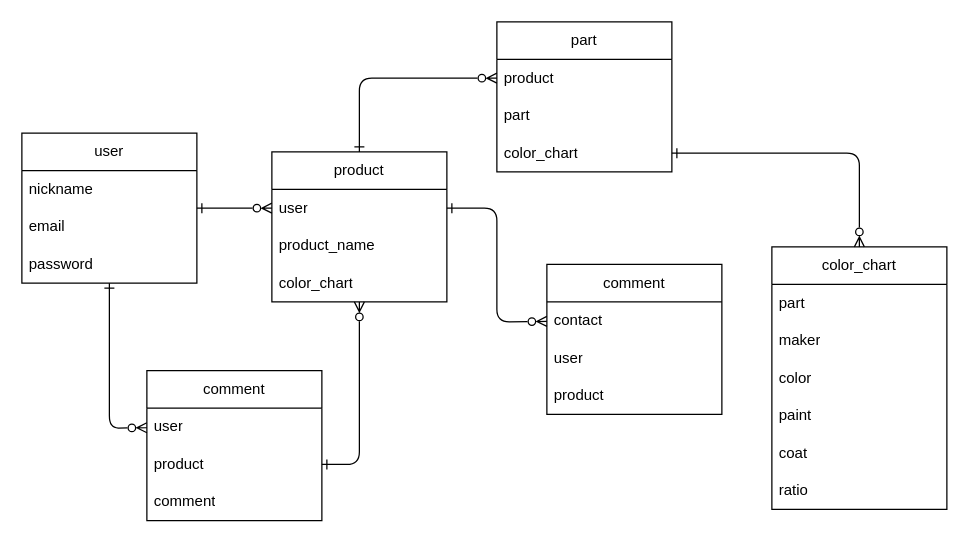
Above: color_chart_ER.dio in Yuya7124/color_chart_connect (draw.io), before the change. Source tidied: cells renumbered, new cells numbered last; positions are measured from the earlier drawing's top-left corner, leaving out a move shared by most shapes. Both pictures are drawn from the tidied source at 125%, with x=0, y=0 at pixel (21, 21).
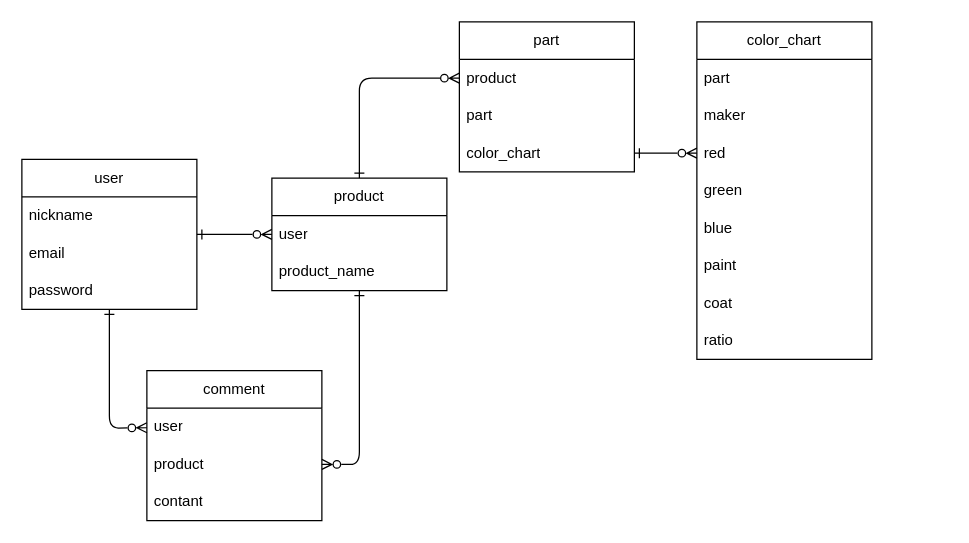
The same page after the edit.

Unchanged cells that the change refers to:
```xml
<mxCell id="9" value="user" style="text;strokeColor=none;fillColor=none;align=left;verticalAlign=middle;spacingLeft=4;spacingRight=4;overflow=hidden;points=[[0,0.5],[1,0.5]];portConstraint=eastwest;whiteSpace=wrap;html=1;" parent="8" vertex="1">
  <mxGeometry y="30" width="140" height="30" as="geometry" />
</mxCell>
<mxCell id="15" value="&lt;span style=&quot;text-align: center;&quot;&gt;color_chart&lt;/span&gt;" style="text;strokeColor=none;fillColor=none;align=left;verticalAlign=middle;spacingLeft=4;spacingRight=4;overflow=hidden;points=[[0,0.5],[1,0.5]];portConstraint=eastwest;whiteSpace=wrap;html=1;" parent="12" vertex="1">
  <mxGeometry y="90" width="140" height="30" as="geometry" />
</mxCell>
<mxCell id="16" value="comment" style="swimlane;fontStyle=0;horizontal=1;startSize=30;whiteSpace=wrap;html=1;" parent="1" vertex="1">
  <mxGeometry x="100" y="279" width="140" height="120" as="geometry" />
</mxCell>
<mxCell id="18" value="product" style="text;strokeColor=none;fillColor=none;align=left;verticalAlign=middle;spacingLeft=4;spacingRight=4;overflow=hidden;points=[[0,0.5],[1,0.5]];portConstraint=eastwest;whiteSpace=wrap;html=1;" parent="16" vertex="1">
  <mxGeometry y="60" width="140" height="30" as="geometry" />
</mxCell>
```

Diff of the diagram source:
```diff
@@
     <mxCell id="3" value="user" style="swimlane;fontStyle=0;horizontal=1;startSize=30;whiteSpace=wrap;html=1;" parent="1" vertex="1">
-      <mxGeometry y="89" width="140" height="120" as="geometry" />
+      <mxGeometry y="110" width="140" height="120" as="geometry" />
     </mxCell>
@@
     <mxCell id="8" value="product" style="swimlane;fontStyle=0;horizontal=1;startSize=30;whiteSpace=wrap;html=1;" parent="1" vertex="1">
-      <mxGeometry x="200" y="104" width="140" height="120" as="geometry" />
+      <mxGeometry x="200" y="125" width="140" height="90" as="geometry" />
     </mxCell>
@@
-    <mxCell id="11" value="color_chart" style="text;strokeColor=none;fillColor=none;align=left;verticalAlign=middle;spacingLeft=4;spacingRight=4;overflow=hidden;whiteSpace=wrap;html=1;" parent="8" vertex="1">
-      <mxGeometry y="90" width="140" height="30" as="geometry" />
-    </mxCell>
     <mxCell id="12" value="part" style="swimlane;fontStyle=0;horizontal=1;startSize=30;whiteSpace=wrap;html=1;" parent="1" vertex="1">
-      <mxGeometry x="380" width="140" height="120" as="geometry" />
+      <mxGeometry x="350" width="140" height="120" as="geometry" />
     </mxCell>
@@
-    <mxCell id="19" value="comment" style="text;strokeColor=none;fillColor=none;align=left;verticalAlign=middle;spacingLeft=4;spacingRight=4;overflow=hidden;whiteSpace=wrap;html=1;" parent="16" vertex="1">
+    <mxCell id="19" value="contant" style="text;strokeColor=none;fillColor=none;align=left;verticalAlign=middle;spacingLeft=4;spacingRight=4;overflow=hidden;whiteSpace=wrap;html=1;" parent="16" vertex="1">
       <mxGeometry y="90" width="140" height="30" as="geometry" />
     </mxCell>
@@
-    <mxCell id="21" style="edgeStyle=none;html=1;startArrow=ERone;startFill=0;endArrow=ERzeroToMany;endFill=0;" parent="1" edge="1" source="18" target="8">
+    <mxCell id="21" style="edgeStyle=none;html=1;startArrow=ERone;startFill=0;endArrow=ERzeroToMany;endFill=0;" parent="1" edge="1" source="8" target="18">
       <mxGeometry relative="1" as="geometry">
         <Array as="points">
           <mxPoint x="270" y="354" />
         </Array>
       </mxGeometry>
     </mxCell>
     <mxCell id="22" value="color_chart" style="swimlane;fontStyle=0;horizontal=1;startSize=30;whiteSpace=wrap;html=1;" parent="1" vertex="1">
-      <mxGeometry x="600" y="180" width="140" height="210" as="geometry" />
+      <mxGeometry x="540" width="140" height="270" as="geometry" />
     </mxCell>
@@
-    <mxCell id="25" value="color" style="text;strokeColor=none;fillColor=none;align=left;verticalAlign=middle;spacingLeft=4;spacingRight=4;overflow=hidden;points=[[0,0.5],[1,0.5]];portConstraint=eastwest;whiteSpace=wrap;html=1;" parent="22" vertex="1">
+    <mxCell id="25" value="red" style="text;strokeColor=none;fillColor=none;align=left;verticalAlign=middle;spacingLeft=4;spacingRight=4;overflow=hidden;points=[[0,0.5],[1,0.5]];portConstraint=eastwest;whiteSpace=wrap;html=1;" parent="22" vertex="1">
       <mxGeometry y="90" width="140" height="30" as="geometry" />
     </mxCell>
+    <mxCell id="35" value="green" style="text;strokeColor=none;fillColor=none;align=left;verticalAlign=middle;spacingLeft=4;spacingRight=4;overflow=hidden;whiteSpace=wrap;html=1;" parent="22" vertex="1">
+      <mxGeometry y="120" width="140" height="30" as="geometry" />
+    </mxCell>
+    <mxCell id="36" value="blue" style="text;strokeColor=none;fillColor=none;align=left;verticalAlign=middle;spacingLeft=4;spacingRight=4;overflow=hidden;whiteSpace=wrap;html=1;" parent="22" vertex="1">
+      <mxGeometry y="150" width="140" height="30" as="geometry" />
+    </mxCell>
     <mxCell id="26" value="paint" style="text;strokeColor=none;fillColor=none;align=left;verticalAlign=middle;spacingLeft=4;spacingRight=4;overflow=hidden;whiteSpace=wrap;html=1;" parent="22" vertex="1">
-      <mxGeometry y="120" width="140" height="30" as="geometry" />
+      <mxGeometry y="180" width="140" height="30" as="geometry" />
     </mxCell>
     <mxCell id="27" value="coat" style="text;strokeColor=none;fillColor=none;align=left;verticalAlign=middle;spacingLeft=4;spacingRight=4;overflow=hidden;whiteSpace=wrap;html=1;" parent="22" vertex="1">
-      <mxGeometry y="150" width="140" height="30" as="geometry" />
+      <mxGeometry y="210" width="140" height="30" as="geometry" />
     </mxCell>
     <mxCell id="28" value="ratio" style="text;strokeColor=none;fillColor=none;align=left;verticalAlign=middle;spacingLeft=4;spacingRight=4;overflow=hidden;whiteSpace=wrap;html=1;" parent="22" vertex="1">
-      <mxGeometry y="180" width="140" height="30" as="geometry" />
+      <mxGeometry y="240" width="140" height="30" as="geometry" />
     </mxCell>
-    <mxCell id="29" style="edgeStyle=none;html=1;endArrow=ERone;endFill=0;startArrow=ERzeroToMany;startFill=0;entryX=1;entryY=0.5;entryDx=0;entryDy=0;" parent="1" edge="1" source="22" target="15">
-      <mxGeometry relative="1" as="geometry">
-        <Array as="points">
-          <mxPoint x="670" y="105" />
-        </Array>
-      </mxGeometry>
-    </mxCell>
-    <mxCell id="30" value="&lt;span style=&quot;text-align: left;&quot;&gt;comment&lt;/span&gt;" style="swimlane;fontStyle=0;horizontal=1;startSize=30;whiteSpace=wrap;html=1;" parent="1" vertex="1">
-      <mxGeometry x="420" y="194" width="140" height="120" as="geometry" />
-    </mxCell>
-    <mxCell id="31" value="contact" style="text;strokeColor=none;fillColor=none;align=left;verticalAlign=middle;spacingLeft=4;spacingRight=4;overflow=hidden;points=[[0,0.5],[1,0.5]];portConstraint=eastwest;whiteSpace=wrap;html=1;" parent="30" vertex="1">
-      <mxGeometry y="30" width="140" height="30" as="geometry" />
-    </mxCell>
-    <mxCell id="32" value="user" style="text;strokeColor=none;fillColor=none;align=left;verticalAlign=middle;spacingLeft=4;spacingRight=4;overflow=hidden;whiteSpace=wrap;html=1;" parent="30" vertex="1">
-      <mxGeometry y="60" width="140" height="30" as="geometry" />
-    </mxCell>
-    <mxCell id="33" value="product" style="text;strokeColor=none;fillColor=none;align=left;verticalAlign=middle;spacingLeft=4;spacingRight=4;overflow=hidden;whiteSpace=wrap;html=1;" parent="30" vertex="1">
-      <mxGeometry y="90" width="140" height="30" as="geometry" />
-    </mxCell>
-    <mxCell id="34" style="edgeStyle=none;html=1;entryX=1;entryY=0.5;entryDx=0;entryDy=0;startArrow=ERzeroToMany;startFill=0;endArrow=ERone;endFill=0;" parent="1" edge="1" source="31" target="9">
-      <mxGeometry relative="1" as="geometry">
-        <Array as="points">
-          <mxPoint x="380" y="240" />
-          <mxPoint x="380" y="149" />
-        </Array>
-      </mxGeometry>
+    <mxCell id="34" style="edgeStyle=none;html=1;endArrow=ERzeroToMany;endFill=0;startArrow=ERone;startFill=0;" parent="1" edge="1" source="15" target="25">
+      <mxGeometry relative="1" as="geometry" />
     </mxCell>
```
